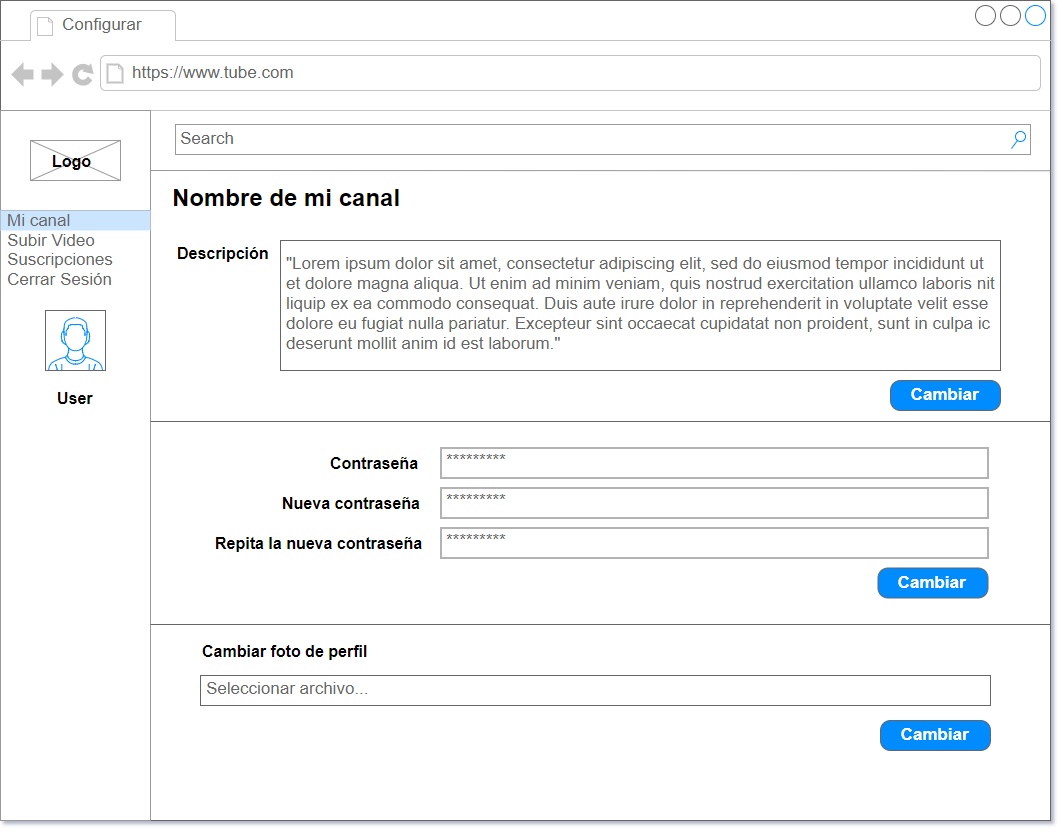
The draw.io diagram Proyecto/Documentacion/Interfaces/AdministrarPerfil.png in Victor-martinelli/TADEPD, before a commit. Source tidied: cells renumbered, new cells last; positions are measured from the earlier drawing's top-left corner, leaving out a move shared by most shapes.
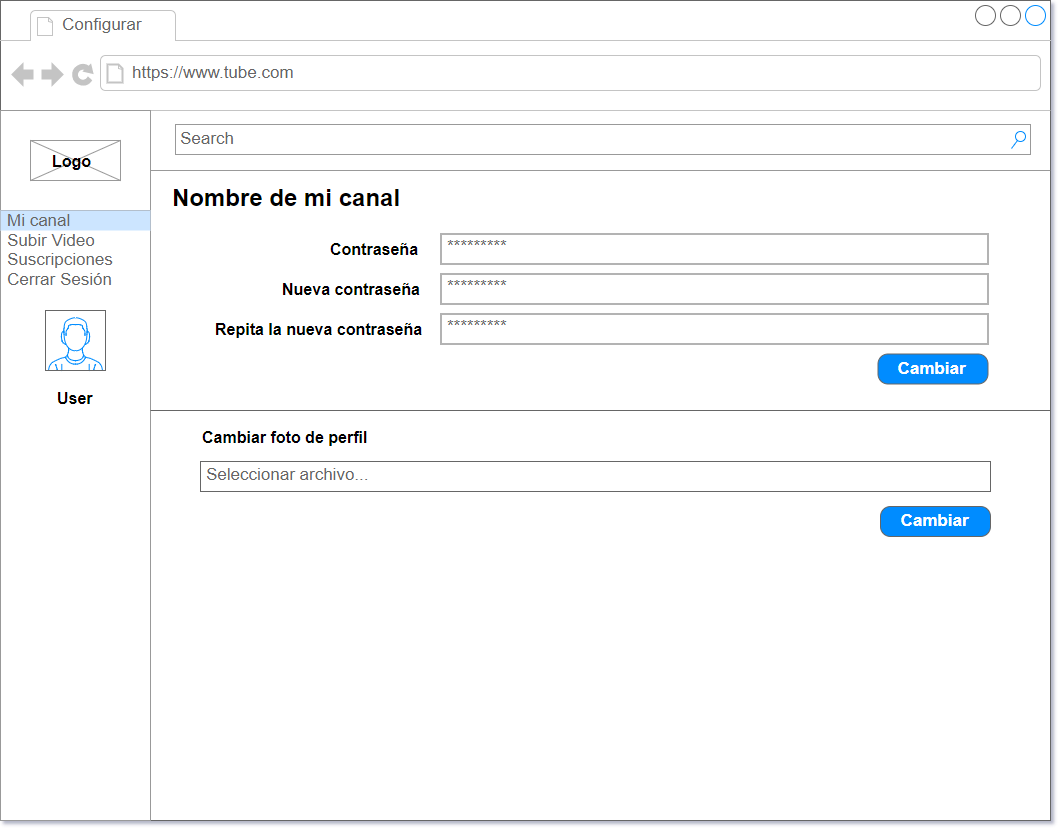
After the change.

Change to the diagram source:
```diff
@@ -55,50 +55,38 @@
     <mxCell id="16" value="Nombre de mi canal" style="text;html=1;strokeColor=none;fillColor=none;align=left;verticalAlign=middle;whiteSpace=wrap;rounded=0;fontStyle=1;fontSize=24;" parent="2" vertex="1">
       <mxGeometry x="170" y="187" width="275" height="20" as="geometry" />
     </mxCell>
-    <mxCell id="17" value="&lt;div align=&quot;justify&quot;&gt;&quot;Lorem ipsum dolor sit amet, consectetur adipiscing elit, sed do eiusmod tempor incididunt ut &lt;br&gt;&lt;/div&gt;&lt;div align=&quot;justify&quot;&gt;et dolore magna aliqua. Ut enim ad minim veniam, quis nostrud exercitation ullamco laboris nit&lt;br&gt;&lt;/div&gt;&lt;div align=&quot;justify&quot;&gt;liquip ex ea commodo consequat. Duis aute irure dolor in reprehenderit in voluptate velit esse&lt;br&gt;&lt;/div&gt;&lt;div align=&quot;justify&quot;&gt;dolore eu fugiat nulla pariatur. Excepteur sint occaecat cupidatat non proident, sunt in culpa ic &lt;br&gt;&lt;/div&gt;&lt;div align=&quot;justify&quot;&gt;deserunt mollit anim id est laborum.&quot;&lt;/div&gt;" style="strokeWidth=1;shadow=0;dashed=0;align=center;html=1;shape=mxgraph.mockup.text.textBox;fillColor=#ffffff;fontColor=#666666;align=left;fontSize=17;spacingLeft=4;spacingTop=-3;strokeColor=#666666;mainText=;labelBackgroundColor=none;" parent="2" vertex="1">
-      <mxGeometry x="280" y="240" width="720" height="130" as="geometry" />
-    </mxCell>
-    <mxCell id="18" value="&lt;font style=&quot;font-size: 16px&quot;&gt;Descripción&lt;/font&gt;" style="text;html=1;strokeColor=none;fillColor=none;align=left;verticalAlign=middle;whiteSpace=wrap;rounded=0;fontStyle=1;fontSize=24;" parent="2" vertex="1">
-      <mxGeometry x="175" y="240" width="275" height="20" as="geometry" />
-    </mxCell>
-    <mxCell id="19" value="Cambiar" style="strokeWidth=1;shadow=0;dashed=0;align=center;html=1;shape=mxgraph.mockup.buttons.button;strokeColor=#666666;fontColor=#ffffff;mainText=;buttonStyle=round;fontSize=17;fontStyle=1;fillColor=#008cff;whiteSpace=wrap;labelBackgroundColor=none;" parent="2" vertex="1">
-      <mxGeometry x="890" y="380" width="110" height="30" as="geometry" />
-    </mxCell>
-    <mxCell id="20" style="line;strokeWidth=1;fillColor=none;align=left;verticalAlign=middle;spacingTop=-1;spacingLeft=3;spacingRight=3;labelPosition=right;fontSize=12;labelBackgroundColor=none;strokeColor=#666666;" parent="2" vertex="1">
-      <mxGeometry x="150" y="417" width="900" height="8" as="geometry" />
-    </mxCell>
     <mxCell id="21" value="Contraseña" style="text;html=1;strokeColor=none;fillColor=none;align=left;verticalAlign=middle;whiteSpace=wrap;rounded=0;fontStyle=1;fontSize=16;" parent="2" vertex="1">
-      <mxGeometry x="327.5" y="452.5" width="275" height="20" as="geometry" />
+      <mxGeometry x="327.5" y="238.5" width="275" height="20" as="geometry" />
     </mxCell>
     <mxCell id="22" value="Nueva contraseña" style="text;html=1;strokeColor=none;fillColor=none;align=left;verticalAlign=middle;whiteSpace=wrap;rounded=0;fontStyle=1;fontSize=16;" parent="2" vertex="1">
-      <mxGeometry x="280" y="492.5" width="275" height="20" as="geometry" />
+      <mxGeometry x="280" y="278.5" width="275" height="20" as="geometry" />
     </mxCell>
     <mxCell id="23" value="Repita la nueva contraseña" style="text;html=1;strokeColor=none;fillColor=none;align=left;verticalAlign=middle;whiteSpace=wrap;rounded=0;fontStyle=1;fontSize=16;" parent="2" vertex="1">
-      <mxGeometry x="212.5" y="532.5" width="275" height="20" as="geometry" />
+      <mxGeometry x="212.5" y="318.5" width="275" height="20" as="geometry" />
     </mxCell>
     <mxCell id="24" value="*********" style="strokeWidth=1;shadow=0;dashed=0;align=center;html=1;shape=mxgraph.mockup.text.textBox;fillColor=#ffffff;fontColor=#666666;align=left;fontSize=17;spacingLeft=4;spacingTop=-3;strokeColor=#666666;mainText=;labelBackgroundColor=none;" parent="2" vertex="1">
-      <mxGeometry x="440.5" y="447.5" width="547" height="30" as="geometry" />
+      <mxGeometry x="440.5" y="233.5" width="547" height="30" as="geometry" />
     </mxCell>
     <mxCell id="25" value="*********" style="strokeWidth=1;shadow=0;dashed=0;align=center;html=1;shape=mxgraph.mockup.text.textBox;fillColor=#ffffff;fontColor=#666666;align=left;fontSize=17;spacingLeft=4;spacingTop=-3;strokeColor=#666666;mainText=;labelBackgroundColor=none;" parent="2" vertex="1">
-      <mxGeometry x="440.5" y="487.5" width="547" height="30" as="geometry" />
+      <mxGeometry x="440.5" y="273.5" width="547" height="30" as="geometry" />
     </mxCell>
     <mxCell id="26" value="*********" style="strokeWidth=1;shadow=0;dashed=0;align=center;html=1;shape=mxgraph.mockup.text.textBox;fillColor=#ffffff;fontColor=#666666;align=left;fontSize=17;spacingLeft=4;spacingTop=-3;strokeColor=#666666;mainText=;labelBackgroundColor=none;" parent="2" vertex="1">
-      <mxGeometry x="440.5" y="527.5" width="547" height="30" as="geometry" />
+      <mxGeometry x="440.5" y="313.5" width="547" height="30" as="geometry" />
     </mxCell>
     <mxCell id="27" value="Cambiar" style="strokeWidth=1;shadow=0;dashed=0;align=center;html=1;shape=mxgraph.mockup.buttons.button;strokeColor=#666666;fontColor=#ffffff;mainText=;buttonStyle=round;fontSize=17;fontStyle=1;fillColor=#008cff;whiteSpace=wrap;labelBackgroundColor=none;" parent="2" vertex="1">
-      <mxGeometry x="877.5" y="567.5" width="110" height="30" as="geometry" />
+      <mxGeometry x="877.5" y="353.5" width="110" height="30" as="geometry" />
     </mxCell>
     <mxCell id="28" style="line;strokeWidth=1;fillColor=none;align=left;verticalAlign=middle;spacingTop=-1;spacingLeft=3;spacingRight=3;labelPosition=right;fontSize=12;labelBackgroundColor=none;strokeColor=#666666;" parent="2" vertex="1">
-      <mxGeometry x="150" y="620" width="900" height="8" as="geometry" />
+      <mxGeometry x="150" y="406" width="900" height="8" as="geometry" />
     </mxCell>
     <mxCell id="29" value="Cambiar foto de perfil" style="text;html=1;strokeColor=none;fillColor=none;align=left;verticalAlign=middle;whiteSpace=wrap;rounded=0;fontStyle=1;fontSize=16;" parent="2" vertex="1">
-      <mxGeometry x="200" y="640" width="275" height="20" as="geometry" />
+      <mxGeometry x="200" y="426" width="275" height="20" as="geometry" />
     </mxCell>
     <mxCell id="30" value="Seleccionar archivo..." style="strokeWidth=1;shadow=0;dashed=0;align=center;html=1;shape=mxgraph.mockup.text.textBox;fillColor=#ffffff;fontColor=#666666;align=left;fontSize=17;spacingLeft=4;spacingTop=-3;strokeColor=#666666;mainText=;labelBackgroundColor=none;" parent="2" vertex="1">
-      <mxGeometry x="200" y="675" width="790" height="30" as="geometry" />
+      <mxGeometry x="200" y="461" width="790" height="30" as="geometry" />
     </mxCell>
     <mxCell id="31" value="Cambiar" style="strokeWidth=1;shadow=0;dashed=0;align=center;html=1;shape=mxgraph.mockup.buttons.button;strokeColor=#666666;fontColor=#ffffff;mainText=;buttonStyle=round;fontSize=17;fontStyle=1;fillColor=#008cff;whiteSpace=wrap;labelBackgroundColor=none;" parent="2" vertex="1">
-      <mxGeometry x="880" y="720" width="110" height="30" as="geometry" />
+      <mxGeometry x="880" y="506" width="110" height="30" as="geometry" />
     </mxCell>
     <mxCell id="32" value="&lt;font style=&quot;font-size: 16px&quot;&gt;User&lt;/font&gt;" style="text;html=1;strokeColor=none;fillColor=none;align=left;verticalAlign=middle;whiteSpace=wrap;rounded=0;fontStyle=1;fontSize=24;" parent="2" vertex="1">
       <mxGeometry x="55" y="385" width="40" height="20" as="geometry" />
```
